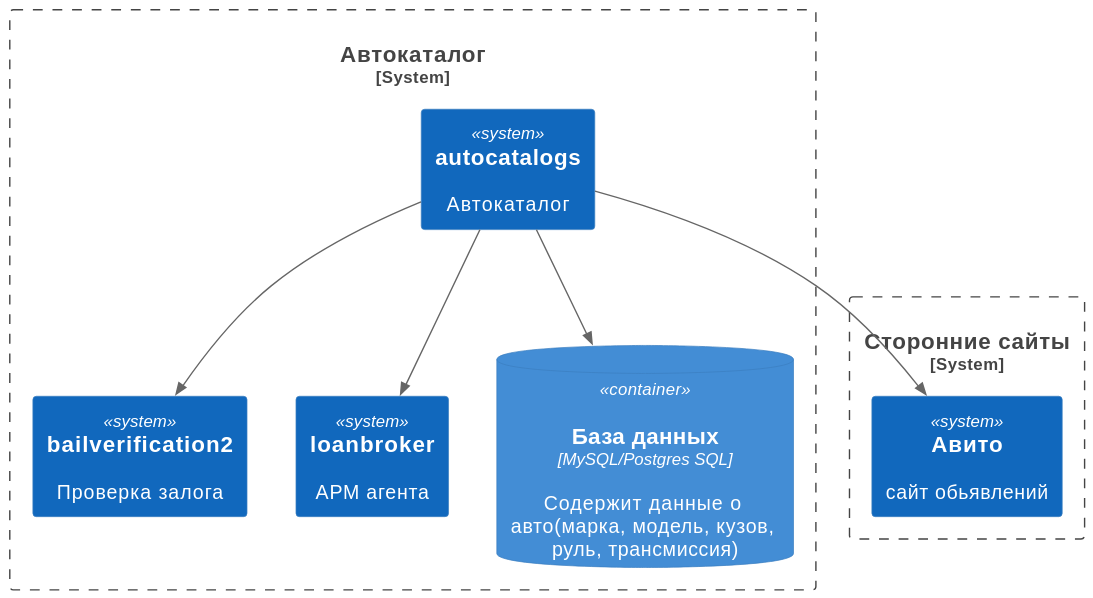
Above: docs/technicalDocs/autocatalogs.svg in autodatabases/autocatalogs (PlantUML), before the change.
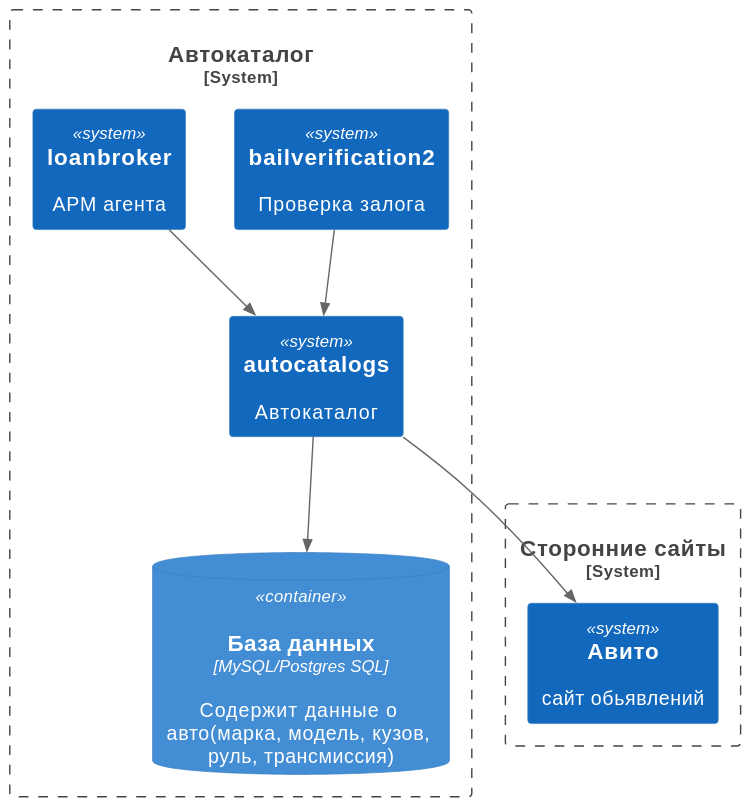
After the commit.

Change to the diagram source:
```diff
@@ -18,8 +18,8 @@
 Rel(autocatalogs, autocatalogsdb, "")
 
 Rel(autocatalogs, avitoCatalog,"")
-Rel(autocatalogs, bailverification2,"")
-Rel(autocatalogs, loanbroker,"")
+Rel(bailverification2, autocatalogs,"")
+Rel(loanbroker, autocatalogs,"")
 
 }
 
```
